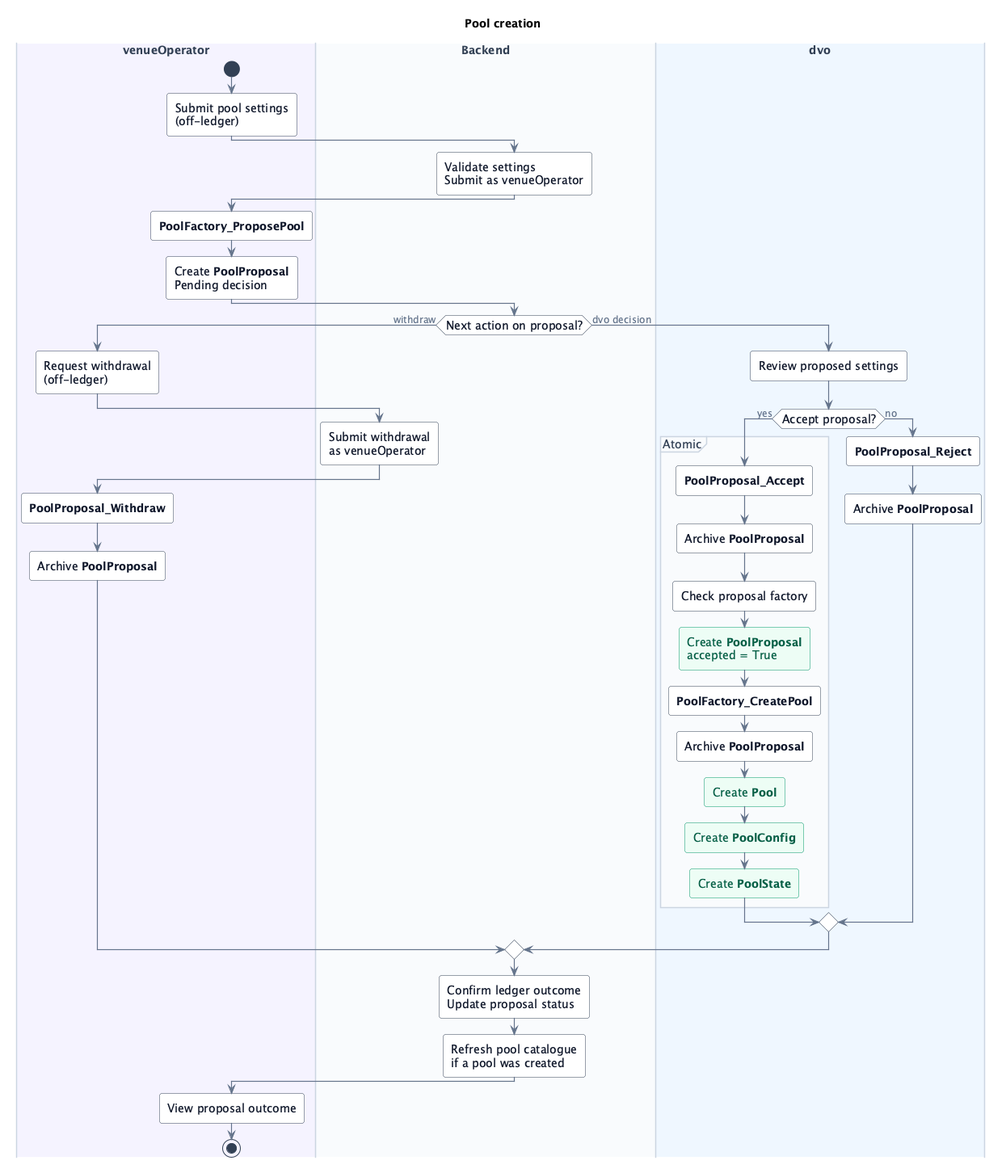
Earlier version of the PlantUML export docs/flows/images/pool-creation.png (laurenmxv/canton-dex).
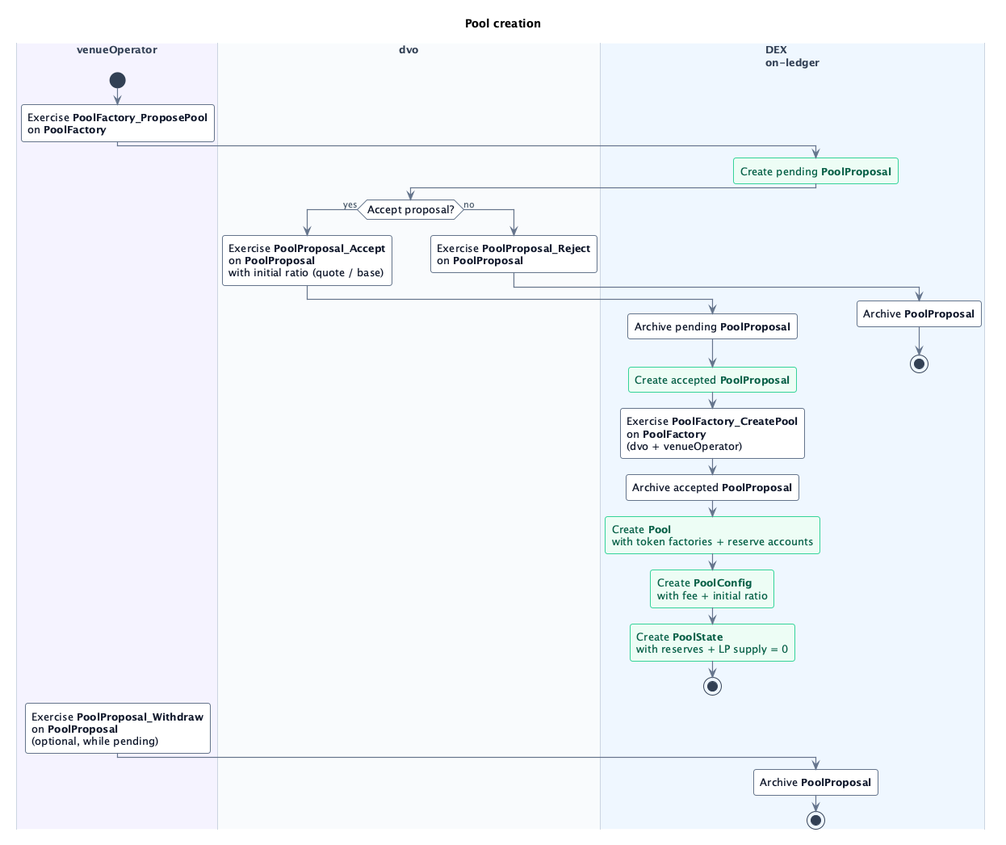
After the change.

Change to the diagram source:
```diff
@@ -1,26 +1,30 @@
 @startuml pool-creation
 skinparamlocked dpiCommandLine 200
+title Pool creation
+
 <style>
 activityDiagram {
   FontName Inter
-  FontSize 14
+  FontSize 13
   BackgroundColor #FFFFFF
   activity {
     BackgroundColor #FFFFFF
-    LineColor #334155
+    LineColor #64748B
+    LineThickness 1
     RoundCorner 6
     FontColor #0F172A
-    Padding 10
-    Margin 10
+    Padding 8
+    Margin 7
   }
   arrow {
     LineColor #64748B
     LineThickness 1.2
-    FontColor #64748B
-    FontSize 12
+    FontColor #4A5A6A
+    FontSize 11
   }
   swimlane {
     LineColor #CBD5E1
+    LineThickness 1
     FontColor #334155
     FontStyle bold
   }
@@ -28,72 +32,52 @@
     BackgroundColor #334155
     LineColor #334155
   }
-  partition {
-    BackgroundColor #F8FAFC
+  note {
+    BackgroundColor #FFFFFF
     LineColor #CBD5E1
-    FontColor #334155
+    FontColor #475569
+    FontSize 11
   }
   .created {
     BackgroundColor #ECFDF5
-    LineColor #059669
+    LineColor #34D399
     FontColor #065F46
   }
 }
 </style>
 
-title Pool creation
+|#F5F3FF|venueOperator|
+|#F8FAFC|dvo|
+|#EFF6FF|DEX\non-ledger|
 
-|#F5F3FF|venueOperator|
-|#F8FAFC|Backend|
-|#EFF6FF|dvo|
-
-|#F5F3FF|venueOperator|
+|venueOperator|
 start
-:Submit pool settings\n(off-ledger);
-
-|#F8FAFC|Backend|
-:Validate settings\nSubmit as venueOperator;
-
-|#F5F3FF|venueOperator|
-:**PoolFactory_ProposePool**;
-:Create **PoolProposal**\nPending decision;
-
-|#F8FAFC|Backend|
-if (Next action on proposal?) then (withdraw)
-  |#F5F3FF|venueOperator|
-  :Request withdrawal\n(off-ledger);
-  |#F8FAFC|Backend|
-  :Submit withdrawal\nas venueOperator;
-  |#F5F3FF|venueOperator|
-  :**PoolProposal_Withdraw**;
+:Exercise **PoolFactory_ProposePool**\non **PoolFactory**;
+|DEX\non-ledger|
+:Create pending **PoolProposal**; <<created>>
+|dvo|
+if (Accept proposal?) then (yes)
+  :Exercise **PoolProposal_Accept**\non **PoolProposal**\nwith initial ratio (quote / base);
+  |DEX\non-ledger|
+  :Archive pending **PoolProposal**;
+  :Create accepted **PoolProposal**; <<created>>
+  :Exercise **PoolFactory_CreatePool**\non **PoolFactory**\n(dvo + venueOperator);
+  :Archive accepted **PoolProposal**;
+  :Create **Pool**\nwith token factories + reserve accounts; <<created>>
+  :Create **PoolConfig**\nwith fee + initial ratio; <<created>>
+  :Create **PoolState**\nwith reserves + LP supply = 0; <<created>>
+  stop
+else (no)
+  |dvo|
+  :Exercise **PoolProposal_Reject**\non **PoolProposal**;
+  |DEX\non-ledger|
   :Archive **PoolProposal**;
-else (dvo decision)
-  |#EFF6FF|dvo|
-  :Review proposed settings;
-  if (Accept proposal?) then (yes)
-    partition "Atomic" {
-      :**PoolProposal_Accept**;
-      :Archive **PoolProposal**;
-      :Check proposal factory;
-      :Create **PoolProposal**\naccepted = True; <<created>>
-      :**PoolFactory_CreatePool**;
-      :Archive **PoolProposal**;
-      :Create **Pool**; <<created>>
-      :Create **PoolConfig**; <<created>>
-      :Create **PoolState**; <<created>>
-    }
-  else (no)
-    :**PoolProposal_Reject**;
-    :Archive **PoolProposal**;
-  endif
+  stop
 endif
 
-|#F8FAFC|Backend|
-:Confirm ledger outcome\nUpdate proposal status;
-:Refresh pool catalogue\nif a pool was created;
-
-|#F5F3FF|venueOperator|
-:View proposal outcome;
+|venueOperator|
+:Exercise **PoolProposal_Withdraw**\non **PoolProposal**\n(optional, while pending);
+|DEX\non-ledger|
+:Archive **PoolProposal**;
 stop
-
 @enduml
```
